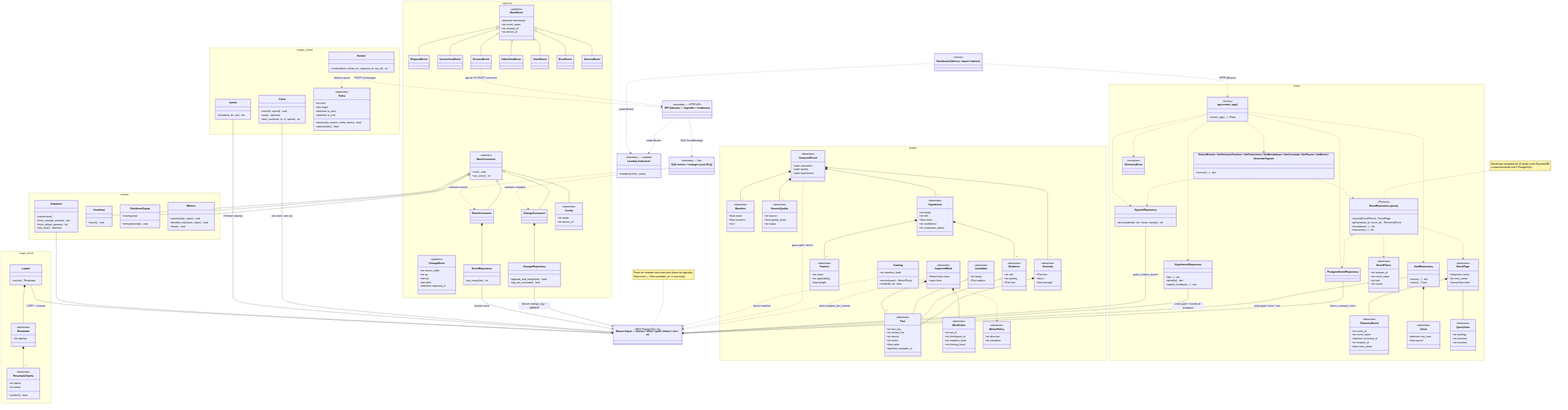
Earlier version of the Mermaid export artefatos/assets/diagrama-classes.png (diegofsiilva/globo). Its source is kept beside it as artefatos/assets/diagrama-classes.mmd.
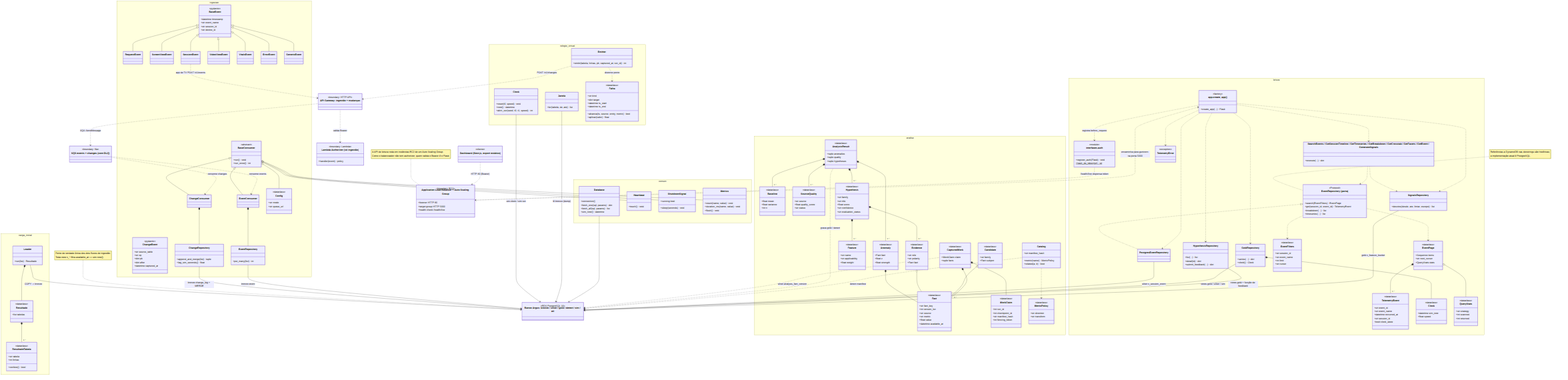
After the change.

Commit message:
docs: altera os diagramas de arquitetura para adequação à nova arquitetura

What changed in the source:
```diff
@@ -248,22 +248,33 @@
             <<factory>>
             +create_app(...) Flask
         }
+        class AuthGuard["interfaces.auth"] {
+            <<module>>
+            +register_auth(Flask) void
+            +hash_do_token(str) str$
+        }
         class TelemetryError {
             <<exception>>
         }
     }
 
-    class APIIngestao["API Gateway — ingestão + mudanças"] {
-        <<boundary — HTTP API>>
+    class APIIngestao["API Gateway: ingestão + mudanças"] {
+        <<boundary: HTTP API>>
     }
     class FilaSQS["SQS events + changes (com DLQ)"] {
-        <<boundary — fila>>
+        <<boundary: fila>>
     }
-    class LambdaAuthorizer["Lambda Authorizer"] {
-        <<boundary — Lambda>>
+    class LambdaAuthorizer["Lambda Authorizer (só ingestão)"] {
+        <<boundary: Lambda>>
         +handler(event) policy
     }
-    class Banco["Banco Argus — bronze / silver / gold / detect / sim / etl"] {
+    class ALB["Application Load Balancer + Auto Scaling Group"] {
+        <<boundary: EC2>>
+        +listener HTTP 80
+        +target group HTTP 5000
+        +health check /health/live
+    }
+    class Banco["Banco Argus: bronze / silver / gold / detect / sim / etl"] {
         <<RDS PostgreSQL 16>>
     }
     class Dashboard["Dashboard (Next.js, export estático)"] {
@@ -334,9 +345,12 @@
     GoldRepository --> Banco : views gold / silver / sim
     HypothesisRepository --> Banco : views gold + função de feedback
     SignalsRepository --> Banco : gold.v_feature_bucket
-    Dashboard ..> AppFactory : HTTP (Bearer)
-    Dashboard ..> LambdaAuthorizer : valida Bearer
+    Dashboard ..> ALB : HTTP 80 (Bearer)
+    ALB ..> AppFactory : encaminha para gunicorn na porta 5000
+    AppFactory ..> AuthGuard : registra before_request
+    AuthGuard ..> ALB : /health/live dispensa token
     Database --> Banco
 
     note for Banco "Fonte de verdade única dos dois fluxos de ingestão.<br/>Toda view v_* filtra available_at &lt;= sim.now()."
-    note for EventRepoPort "Docstrings herdadas da v2 ainda citam DynamoDB;<br/>a implementação real é PostgreSQL."
+    note for ALB "A API de leitura roda em instâncias EC2 de um Auto Scaling Group.<br/>Como o balanceador não tem authorizer, quem valida o Bearer é o Flask."
+    note for EventRepoPort "Referências a DynamoDB nas docstrings são históricas;<br/>a implementação atual é PostgreSQL."
```
